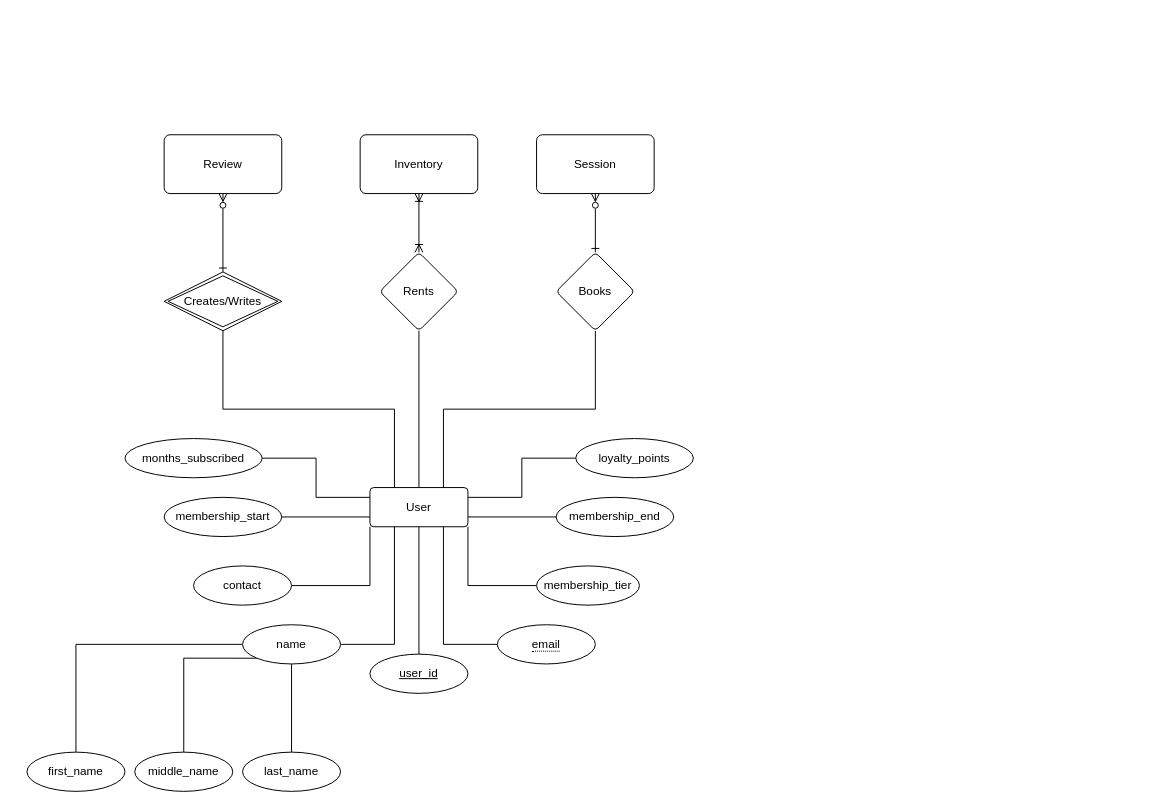
Above: golf-chen-notation.drawio in johnllss/INFOM_DB-App_Gr3 (draw.io), before the change. Source tidied: cells renumbered, new cells numbered last; positions are measured from the earlier drawing's top-left corner, leaving out a move shared by most shapes. Both pictures are drawn from the tidied source at 98%, with x=0, y=0 at pixel (26, 134).
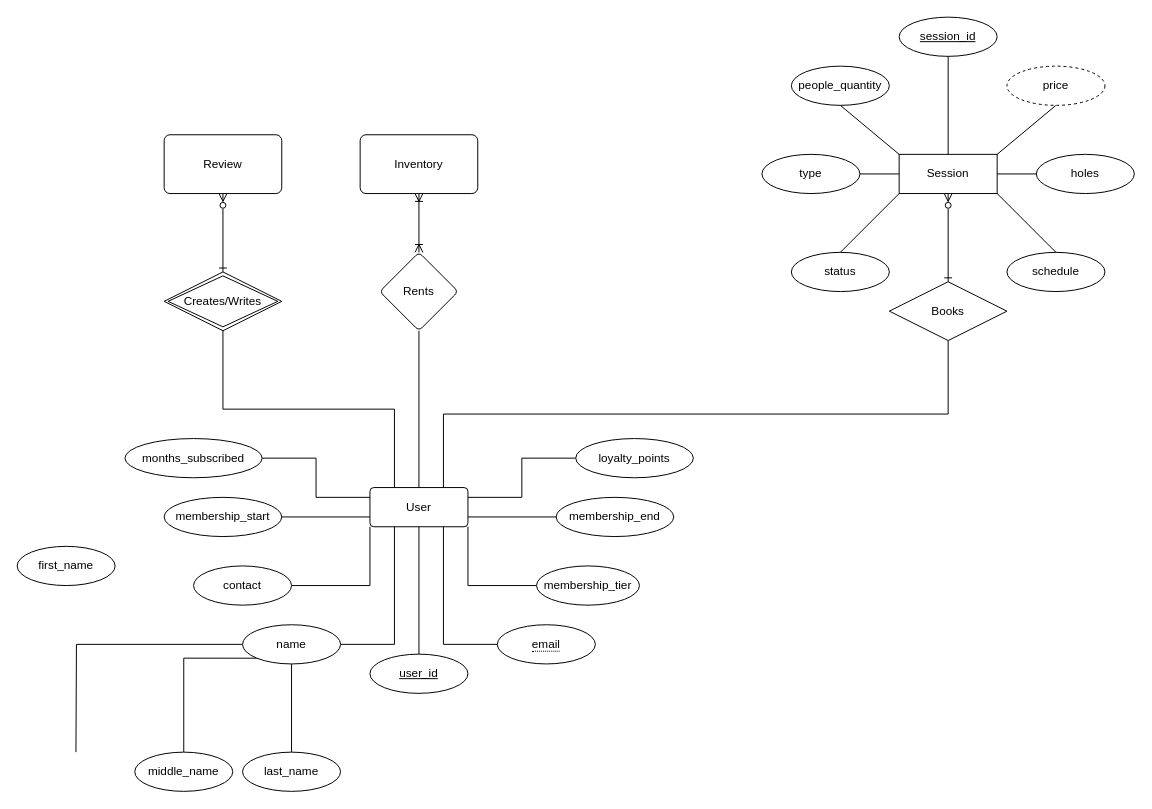
The same diagram, later.

The change refers to these unchanged cells:
```xml
<mxCell id="5" value="User" style="rounded=1;arcSize=10;whiteSpace=wrap;html=1;align=center;" parent="1" vertex="1">
  <mxGeometry x="350" y="360" width="100" height="40" as="geometry" />
</mxCell>
<mxCell id="15" value="name" style="ellipse;whiteSpace=wrap;html=1;align=center;" parent="1" vertex="1">
  <mxGeometry x="220" y="500" width="100" height="40" as="geometry" />
</mxCell>
```

The edit, as a diff of the source:
```diff
@@
-    <mxCell id="2" style="edgeStyle=orthogonalEdgeStyle;rounded=0;jettySize=auto;html=1;endArrow=none;endFill=0;exitX=0.75;exitY=0;exitDx=0;exitDy=0;" parent="1" edge="1" source="5" target="27">
+    <mxCell id="2" style="edgeStyle=orthogonalEdgeStyle;rounded=0;jettySize=auto;html=1;endArrow=none;endFill=0;exitX=0.75;exitY=0;exitDx=0;exitDy=0;entryX=0.5;entryY=1;entryDx=0;entryDy=0;" parent="1" edge="1" source="5" target="27">
       <mxGeometry relative="1" as="geometry" />
     </mxCell>
@@
-    <mxCell id="12" style="edgeStyle=orthogonalEdgeStyle;rounded=0;jettySize=auto;html=1;endArrow=none;endFill=0;" parent="1" edge="1" source="15" target="32">
-      <mxGeometry relative="1" as="geometry" />
+    <mxCell id="12" style="edgeStyle=orthogonalEdgeStyle;rounded=0;jettySize=auto;html=1;endArrow=none;endFill=0;" parent="1" edge="1" source="15">
+      <mxGeometry relative="1" as="geometry">
+        <mxPoint x="50" y="630" as="targetPoint" />
+      </mxGeometry>
     </mxCell>
@@
-    <mxCell id="26" style="edgeStyle=orthogonalEdgeStyle;rounded=0;jettySize=auto;html=1;endArrow=ERzeroToMany;endFill=0;startArrow=ERone;startFill=0;" parent="1" edge="1" source="27" target="28">
+    <mxCell id="26" style="edgeStyle=orthogonalEdgeStyle;rounded=0;jettySize=auto;html=1;endArrow=ERzeroToMany;endFill=0;startArrow=ERone;startFill=0;entryX=0.5;entryY=1;entryDx=0;entryDy=0;exitX=0.5;exitY=0;exitDx=0;exitDy=0;" parent="1" edge="1" source="27" target="28">
       <mxGeometry relative="1" as="geometry" />
     </mxCell>
-    <mxCell id="27" value="Books" style="rhombus;whiteSpace=wrap;html=1;rounded=1;arcSize=10;" parent="1" vertex="1">
-      <mxGeometry x="540" y="120" width="80" height="80" as="geometry" />
-    </mxCell>
-    <mxCell id="28" value="Session" style="whiteSpace=wrap;html=1;rounded=1;arcSize=10;" parent="1" vertex="1">
-      <mxGeometry x="520" width="120" height="60" as="geometry" />
-    </mxCell>
@@
     <mxCell id="32" value="first_name" style="ellipse;whiteSpace=wrap;html=1;align=center;" parent="1" vertex="1">
-      <mxGeometry y="630" width="100" height="40" as="geometry" />
+      <mxGeometry x="-10" y="420" width="100" height="40" as="geometry" />
     </mxCell>
@@
+    <mxCell id="39" style="endArrow=none;html=1;rounded=0;entryX=0;entryY=0;entryDx=0;entryDy=0;exitX=0.5;exitY=1;exitDx=0;exitDy=0;" parent="1" edge="1" source="51" target="28">
+      <mxGeometry relative="1" as="geometry" />
+    </mxCell>
+    <mxCell id="40" value="type" style="ellipse;whiteSpace=wrap;html=1;align=center;" parent="1" vertex="1">
+      <mxGeometry x="750" y="20" width="100" height="40" as="geometry" />
+    </mxCell>
+    <mxCell id="41" style="endArrow=none;html=1;rounded=0;exitX=1;exitY=0.5;exitDx=0;exitDy=0;entryX=0;entryY=0.5;entryDx=0;entryDy=0;" parent="1" edge="1" source="40" target="28">
+      <mxGeometry relative="1" as="geometry" />
+    </mxCell>
+    <mxCell id="42" value="status" style="ellipse;whiteSpace=wrap;html=1;align=center;" parent="1" vertex="1">
+      <mxGeometry x="780" y="120" width="100" height="40" as="geometry" />
+    </mxCell>
+    <mxCell id="43" style="endArrow=none;html=1;rounded=0;entryX=0.5;entryY=0;entryDx=0;entryDy=0;exitX=0;exitY=1;exitDx=0;exitDy=0;" parent="1" edge="1" source="28" target="42">
+      <mxGeometry relative="1" as="geometry" />
+    </mxCell>
+    <mxCell id="28" value="Session" style="whiteSpace=wrap;html=1;align=center;" parent="1" vertex="1">
+      <mxGeometry x="890" y="20" width="100" height="40" as="geometry" />
+    </mxCell>
+    <mxCell id="44" style="endArrow=none;html=1;rounded=0;exitX=0.5;exitY=1;exitDx=0;exitDy=0;entryX=1;entryY=0;entryDx=0;entryDy=0;" parent="1" edge="1" source="49" target="28">
+      <mxGeometry relative="1" as="geometry" />
+    </mxCell>
+    <mxCell id="45" value="holes" style="ellipse;whiteSpace=wrap;html=1;align=center;" parent="1" vertex="1">
+      <mxGeometry x="1030" y="20" width="100" height="40" as="geometry" />
+    </mxCell>
+    <mxCell id="46" style="endArrow=none;html=1;rounded=0;entryX=0;entryY=0.5;entryDx=0;entryDy=0;exitX=1;exitY=0.5;exitDx=0;exitDy=0;" parent="1" edge="1" source="28" target="45">
+      <mxGeometry relative="1" as="geometry" />
+    </mxCell>
+    <mxCell id="47" value="schedule" style="ellipse;whiteSpace=wrap;html=1;align=center;" parent="1" vertex="1">
+      <mxGeometry x="1000" y="120" width="100" height="40" as="geometry" />
+    </mxCell>
+    <mxCell id="48" style="endArrow=none;html=1;rounded=0;exitX=1;exitY=1;exitDx=0;exitDy=0;entryX=0.5;entryY=0;entryDx=0;entryDy=0;" parent="1" edge="1" source="28" target="47">
+      <mxGeometry relative="1" as="geometry" />
+    </mxCell>
+    <mxCell id="49" value="price" style="ellipse;whiteSpace=wrap;html=1;align=center;dashed=1;" parent="1" vertex="1">
+      <mxGeometry x="1000" y="-70" width="100" height="40" as="geometry" />
+    </mxCell>
+    <mxCell id="27" value="Books" style="shape=rhombus;perimeter=rhombusPerimeter;whiteSpace=wrap;html=1;align=center;" parent="1" vertex="1">
+      <mxGeometry x="880" y="150" width="120" height="60" as="geometry" />
+    </mxCell>
+    <mxCell id="50" value="&lt;u&gt;session_id&lt;/u&gt;" style="ellipse;whiteSpace=wrap;html=1;align=center;" parent="1" vertex="1">
+      <mxGeometry x="890" y="-120" width="100" height="40" as="geometry" />
+    </mxCell>
+    <mxCell id="51" value="people_quantity" style="ellipse;whiteSpace=wrap;html=1;align=center;" parent="1" vertex="1">
+      <mxGeometry x="780" y="-70" width="100" height="40" as="geometry" />
+    </mxCell>
+    <mxCell id="52" style="endArrow=none;html=1;rounded=0;entryX=0.5;entryY=0;entryDx=0;entryDy=0;exitX=0.5;exitY=1;exitDx=0;exitDy=0;" parent="1" edge="1" source="50" target="28">
+      <mxGeometry relative="1" as="geometry" />
+    </mxCell>
```
